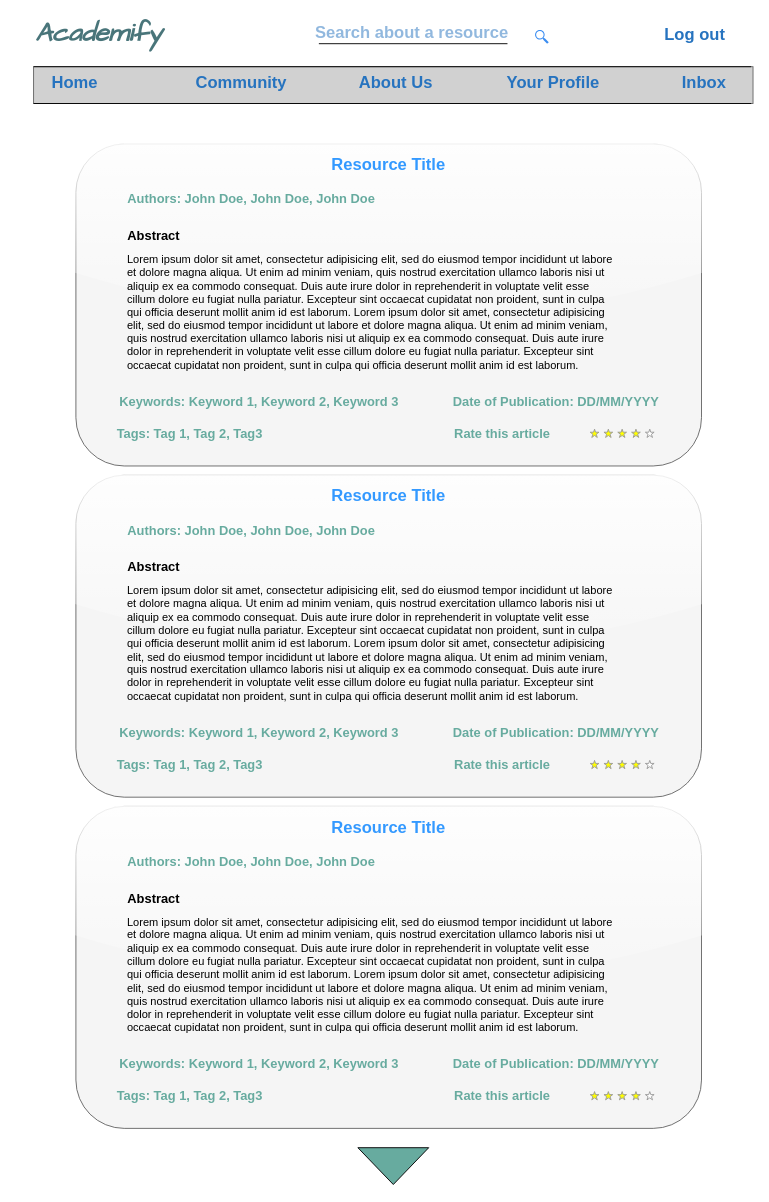
Above: Project Design/Wireframes/Home Page.drawio in muhammed-ayman/ScholarStack (draw.io), before the change. Source tidied: cells renumbered, new cells numbered last; positions are measured from the earlier drawing's top-left corner, leaving out a move shared by most shapes. Both pictures are drawn from the tidied source at 92%, with x=0, y=0 at pixel (16, 16).
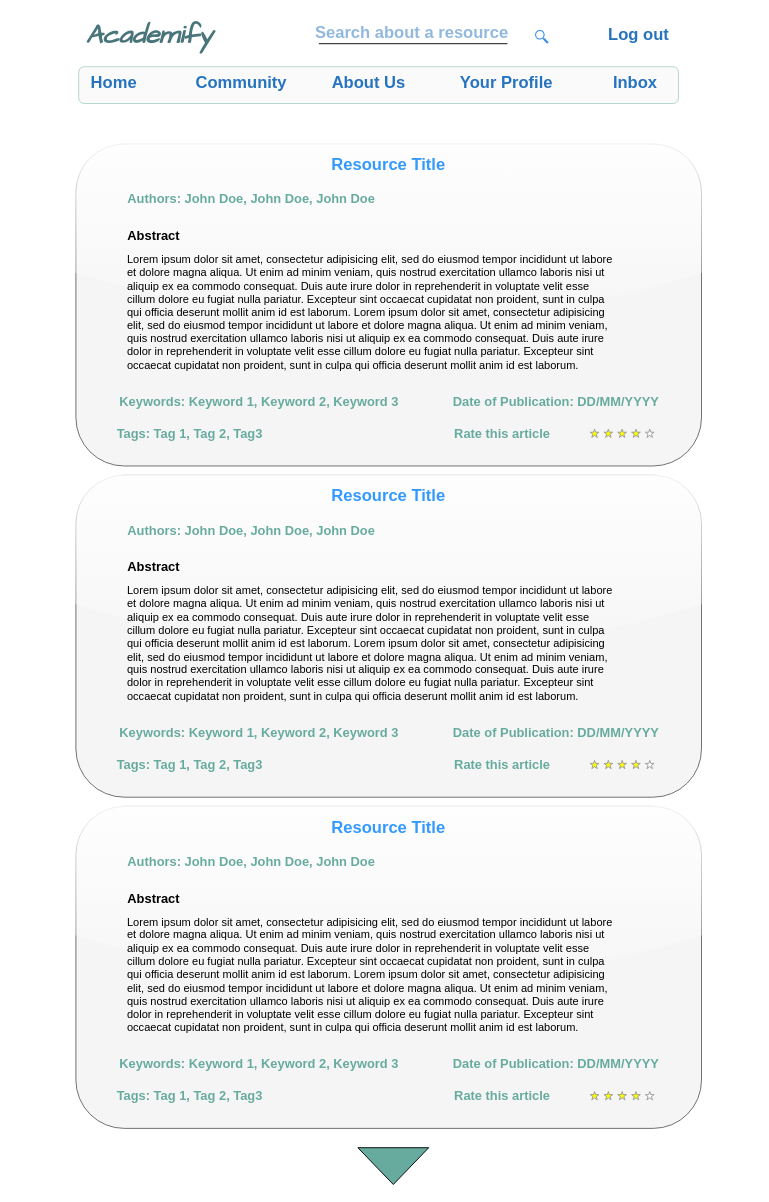
Above is the later version.

Commit message:
Update Home Page (2).drawio

Change to the diagram source:
```diff
@@
-    <mxCell id="2" style="rounded=0;whiteSpace=wrap;html=1;fillColor=#D1D1D1;strokeColor=#666666;gradientColor=none;" parent="1" vertex="1">
-      <mxGeometry x="19" y="55" width="782" height="40" as="geometry" />
+    <mxCell id="2" style="rounded=1;whiteSpace=wrap;html=1;fillColor=#f5f5f5;strokeColor=#67AB9F;gradientColor=none;glass=0;shadow=0;opacity=50;" parent="1" vertex="1">
+      <mxGeometry x="68" y="55" width="652" height="40" as="geometry" />
     </mxCell>
@@
     <mxCell id="4" value="Academify" style="text;spacingTop=-5;fontSize=28;fontStyle=3;align=center;horizontal=1;verticalAlign=middle;fontFamily=Comic Sans MS;fontColor=#49757A;" parent="1" vertex="1">
-      <mxGeometry width="180" height="35" as="geometry" />
+      <mxGeometry x="65" y="1.2" width="160" height="35" as="geometry" />
     </mxCell>
-    <mxCell id="5" style="line;strokeWidth=1;fontSize=18;" parent="1" vertex="1">
-      <mxGeometry x="19" y="50" width="780" height="10" as="geometry" />
-    </mxCell>
-    <mxCell id="6" style="line;strokeWidth=1;fontSize=18;" parent="1" vertex="1">
-      <mxGeometry x="19" y="90" width="780" height="10" as="geometry" />
-    </mxCell>
     <mxCell id="7" value="Home" style="text;spacingTop=-5;fontStyle=1;align=center;fontSize=18;fontColor=#2673BF;" parent="1" vertex="1">
-      <mxGeometry x="39" y="60" width="50" height="30" as="geometry" />
+      <mxGeometry x="83" y="60" width="47" height="30" as="geometry" />
     </mxCell>
     <mxCell id="8" value="Inbox" style="text;spacingTop=-5;align=center;fontStyle=1;fontSize=18;fontColor=#2673BF;" parent="1" vertex="1">
-      <mxGeometry x="718" y="60" width="60" height="30" as="geometry" />
+      <mxGeometry x="643.2" y="60" width="60" height="30" as="geometry" />
     </mxCell>
@@
     <mxCell id="11" value="Log out" style="text;spacingTop=-5;align=center;fontStyle=1;fontSize=18;fontColor=#2673BF;" parent="1" vertex="1">
-      <mxGeometry x="698" y="7.5" width="80" height="30" as="geometry" />
+      <mxGeometry x="637" y="7.5" width="80" height="30" as="geometry" />
     </mxCell>
@@
     <mxCell id="16" value="Your Profile" style="text;spacingTop=-5;align=center;fontStyle=1;fontSize=18;fontColor=#2673BF;" parent="1" vertex="1">
-      <mxGeometry x="524" y="60" width="120" height="30" as="geometry" />
+      <mxGeometry x="473.2" y="60" width="120" height="30" as="geometry" />
     </mxCell>
@@
     <mxCell id="18" value="About Us" style="text;spacingTop=-5;align=center;fontStyle=1;fontSize=18;fontColor=#2673BF;" parent="1" vertex="1">
-      <mxGeometry x="348" y="60" width="130" height="30" as="geometry" />
+      <mxGeometry x="318.5" y="60" width="130" height="30" as="geometry" />
     </mxCell>
```
